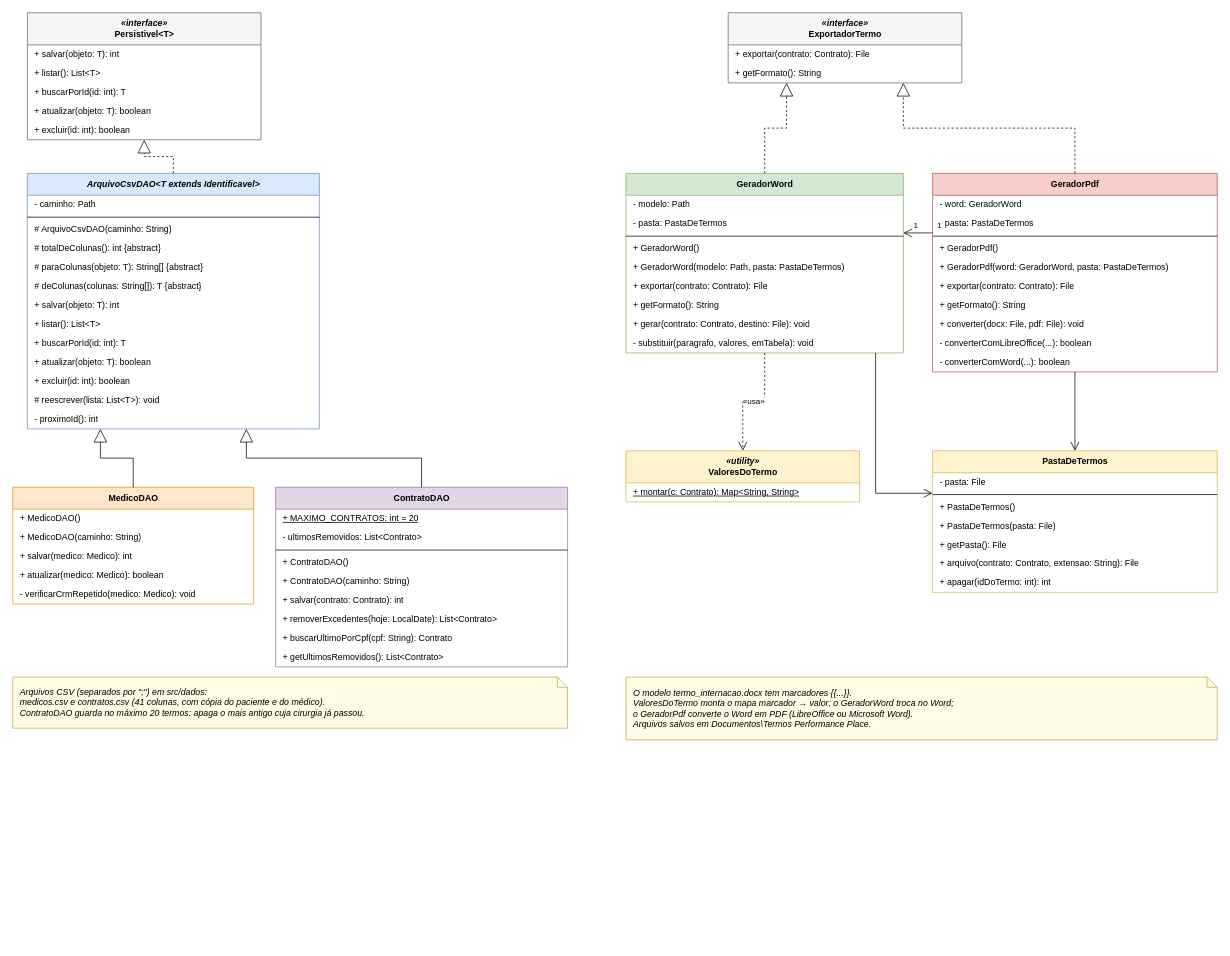
The draw.io diagram page "Persistência e Documentos" (2 of 3) of 2-Diagrama_UML/UML_Sistema_de_Termos.drawio in alexandrecostaarauj-coder/Senai_POO_SistemaDeTermos, before the edit. Source tidied: cells renumbered, new cells numbered last; positions are measured from the earlier drawing's top-left corner, leaving out a move shared by most shapes. Both pictures are drawn from the tidied source at 73%, with x=0, y=0 at pixel (12, 12).
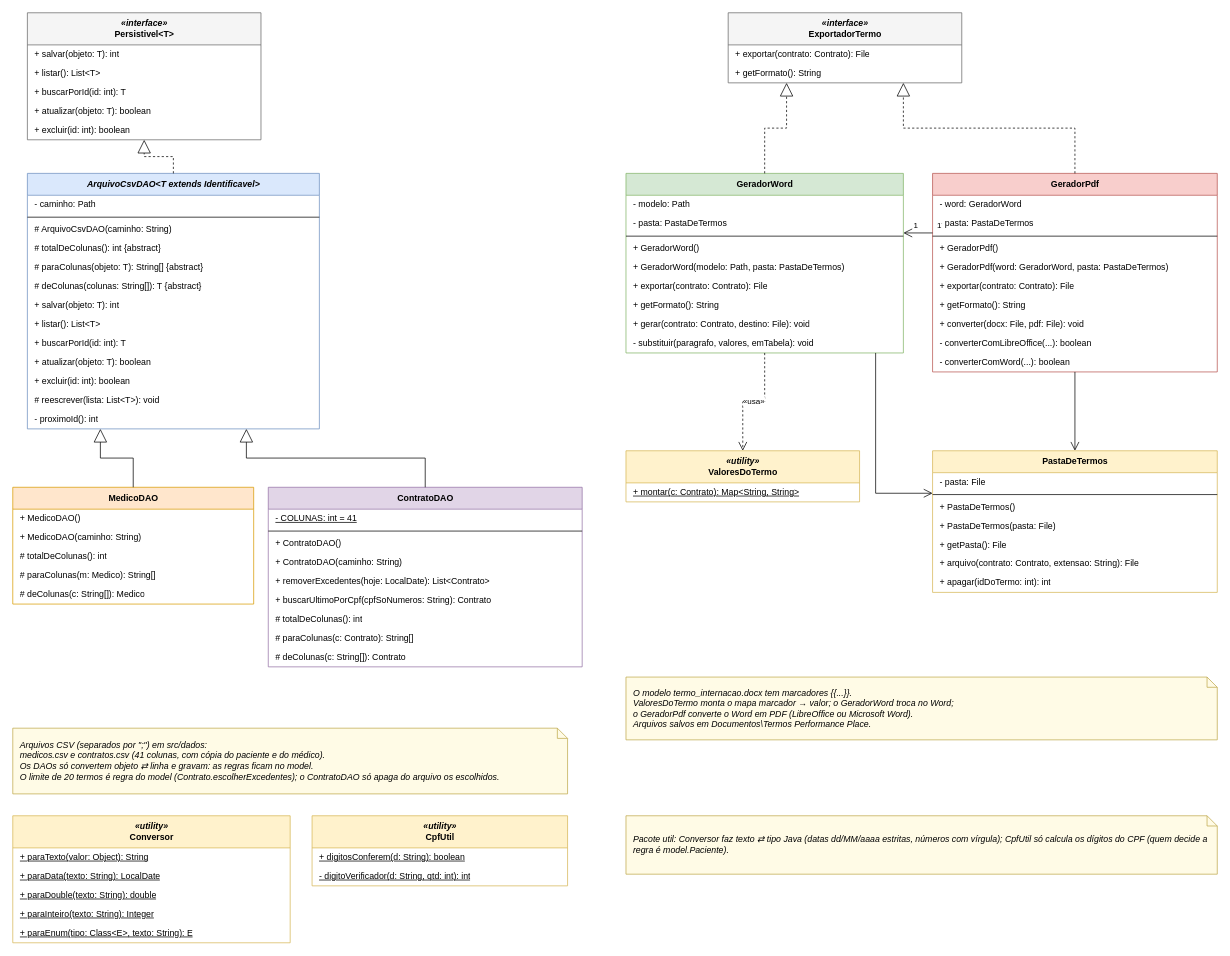
The same page after the edit.

The change refers to these unchanged cells:
```xml
<mxCell id="22" value="MedicoDAO" style="swimlane;html=1;horizontal=1;startSize=30;swimlaneFillColor=#ffffff;fillColor=#ffe6cc;strokeColor=#d79b00;fontStyle=1;" parent="1" vertex="1">
  <mxGeometry y="650" width="330" height="160" as="geometry" />
</mxCell>
```

What changed in the source:
```diff
@@
-    <mxCell id="25" value="+ salvar(medico: Medico): int" style="text;html=1;strokeColor=none;fillColor=none;align=left;verticalAlign=middle;spacingLeft=8;spacingRight=4;overflow=hidden;" parent="22" vertex="1">
-      <mxGeometry y="82" width="330" height="26" as="geometry" />
-    </mxCell>
-    <mxCell id="26" value="+ atualizar(medico: Medico): boolean" style="text;html=1;strokeColor=none;fillColor=none;align=left;verticalAlign=middle;spacingLeft=8;spacingRight=4;overflow=hidden;" parent="22" vertex="1">
-      <mxGeometry y="108" width="330" height="26" as="geometry" />
-    </mxCell>
-    <mxCell id="27" value="- verificarCrmRepetido(medico: Medico): void" style="text;html=1;strokeColor=none;fillColor=none;align=left;verticalAlign=middle;spacingLeft=8;spacingRight=4;overflow=hidden;" parent="22" vertex="1">
-      <mxGeometry y="134" width="330" height="26" as="geometry" />
-    </mxCell>
+    <mxCell id="85" value="# totalDeColunas(): int" style="text;html=1;strokeColor=none;fillColor=none;align=left;verticalAlign=middle;spacingLeft=8;spacingRight=4;overflow=hidden;" parent="22" vertex="1">
+      <mxGeometry y="82" width="330" height="26" as="geometry" />
+    </mxCell>
+    <mxCell id="86" value="# paraColunas(m: Medico): String[]" style="text;html=1;strokeColor=none;fillColor=none;align=left;verticalAlign=middle;spacingLeft=8;spacingRight=4;overflow=hidden;" parent="22" vertex="1">
+      <mxGeometry y="108" width="330" height="26" as="geometry" />
+    </mxCell>
+    <mxCell id="87" value="# deColunas(c: String[]): Medico" style="text;html=1;strokeColor=none;fillColor=none;align=left;verticalAlign=middle;spacingLeft=8;spacingRight=4;overflow=hidden;" parent="22" vertex="1">
+      <mxGeometry y="134" width="330" height="26" as="geometry" />
+    </mxCell>
     <mxCell id="28" value="ContratoDAO" style="swimlane;html=1;horizontal=1;startSize=30;swimlaneFillColor=#ffffff;fillColor=#e1d5e7;strokeColor=#9673a6;fontStyle=1;" parent="1" vertex="1">
-      <mxGeometry x="360" y="650" width="400" height="246" as="geometry" />
+      <mxGeometry x="350" y="650" width="430" height="246" as="geometry" />
     </mxCell>
-    <mxCell id="29" value="&lt;u&gt;+ MAXIMO_CONTRATOS: int = 20&lt;/u&gt;" style="text;html=1;strokeColor=none;fillColor=none;align=left;verticalAlign=middle;spacingLeft=8;spacingRight=4;overflow=hidden;" parent="28" vertex="1">
-      <mxGeometry y="30" width="400" height="26" as="geometry" />
-    </mxCell>
-    <mxCell id="30" value="- ultimosRemovidos: List&amp;lt;Contrato&amp;gt;" style="text;html=1;strokeColor=none;fillColor=none;align=left;verticalAlign=middle;spacingLeft=8;spacingRight=4;overflow=hidden;" parent="28" vertex="1">
-      <mxGeometry y="56" width="400" height="26" as="geometry" />
-    </mxCell>
-    <mxCell id="31" style="line;strokeWidth=1;fillColor=none;align=left;verticalAlign=middle;spacingTop=-1;spacingLeft=3;spacingRight=3;rounded=0;" parent="28" vertex="1">
-      <mxGeometry y="82" width="400" height="8" as="geometry" />
-    </mxCell>
+    <mxCell id="88" value="&lt;u&gt;- COLUNAS: int = 41&lt;/u&gt;" style="text;html=1;strokeColor=none;fillColor=none;align=left;verticalAlign=middle;spacingLeft=8;spacingRight=4;overflow=hidden;" parent="28" vertex="1">
+      <mxGeometry y="30" width="430" height="26" as="geometry" />
+    </mxCell>
+    <mxCell id="89" style="line;strokeWidth=1;fillColor=none;align=left;verticalAlign=middle;spacingTop=-1;spacingLeft=3;spacingRight=3;rounded=0;" parent="28" vertex="1">
+      <mxGeometry y="56" width="430" height="8" as="geometry" />
+    </mxCell>
     <mxCell id="32" value="+ ContratoDAO()" style="text;html=1;strokeColor=none;fillColor=none;align=left;verticalAlign=middle;spacingLeft=8;spacingRight=4;overflow=hidden;" parent="28" vertex="1">
-      <mxGeometry y="90" width="400" height="26" as="geometry" />
+      <mxGeometry y="64" width="430" height="26" as="geometry" />
     </mxCell>
     <mxCell id="33" value="+ ContratoDAO(caminho: String)" style="text;html=1;strokeColor=none;fillColor=none;align=left;verticalAlign=middle;spacingLeft=8;spacingRight=4;overflow=hidden;" parent="28" vertex="1">
-      <mxGeometry y="116" width="400" height="26" as="geometry" />
+      <mxGeometry y="90" width="430" height="26" as="geometry" />
     </mxCell>
-    <mxCell id="34" value="+ salvar(contrato: Contrato): int" style="text;html=1;strokeColor=none;fillColor=none;align=left;verticalAlign=middle;spacingLeft=8;spacingRight=4;overflow=hidden;" parent="28" vertex="1">
-      <mxGeometry y="142" width="400" height="26" as="geometry" />
-    </mxCell>
     <mxCell id="35" value="+ removerExcedentes(hoje: LocalDate): List&amp;lt;Contrato&amp;gt;" style="text;html=1;strokeColor=none;fillColor=none;align=left;verticalAlign=middle;spacingLeft=8;spacingRight=4;overflow=hidden;" parent="28" vertex="1">
-      <mxGeometry y="168" width="400" height="26" as="geometry" />
+      <mxGeometry y="116" width="430" height="26" as="geometry" />
     </mxCell>
-    <mxCell id="36" value="+ buscarUltimoPorCpf(cpf: String): Contrato" style="text;html=1;strokeColor=none;fillColor=none;align=left;verticalAlign=middle;spacingLeft=8;spacingRight=4;overflow=hidden;" parent="28" vertex="1">
-      <mxGeometry y="194" width="400" height="26" as="geometry" />
-    </mxCell>
-    <mxCell id="37" value="+ getUltimosRemovidos(): List&amp;lt;Contrato&amp;gt;" style="text;html=1;strokeColor=none;fillColor=none;align=left;verticalAlign=middle;spacingLeft=8;spacingRight=4;overflow=hidden;" parent="28" vertex="1">
-      <mxGeometry y="220" width="400" height="26" as="geometry" />
-    </mxCell>
+    <mxCell id="90" value="+ buscarUltimoPorCpf(cpfSoNumeros: String): Contrato" style="text;html=1;strokeColor=none;fillColor=none;align=left;verticalAlign=middle;spacingLeft=8;spacingRight=4;overflow=hidden;" parent="28" vertex="1">
+      <mxGeometry y="142" width="430" height="26" as="geometry" />
+    </mxCell>
+    <mxCell id="91" value="# totalDeColunas(): int" style="text;html=1;strokeColor=none;fillColor=none;align=left;verticalAlign=middle;spacingLeft=8;spacingRight=4;overflow=hidden;" parent="28" vertex="1">
+      <mxGeometry y="168" width="430" height="26" as="geometry" />
+    </mxCell>
+    <mxCell id="92" value="# paraColunas(c: Contrato): String[]" style="text;html=1;strokeColor=none;fillColor=none;align=left;verticalAlign=middle;spacingLeft=8;spacingRight=4;overflow=hidden;" parent="28" vertex="1">
+      <mxGeometry y="194" width="430" height="26" as="geometry" />
+    </mxCell>
+    <mxCell id="93" value="# deColunas(c: String[]): Contrato" style="text;html=1;strokeColor=none;fillColor=none;align=left;verticalAlign=middle;spacingLeft=8;spacingRight=4;overflow=hidden;" parent="28" vertex="1">
+      <mxGeometry y="220" width="430" height="26" as="geometry" />
+    </mxCell>
-    <mxCell id="38" value="Arquivos CSV (separados por &amp;quot;;&amp;quot;) em src/dados:&lt;br&gt;medicos.csv e contratos.csv (41 colunas, com cópia do paciente e do médico).&lt;br&gt;ContratoDAO guarda no máximo 20 termos: apaga o mais antigo cuja cirurgia já passou." style="shape=note;whiteSpace=wrap;html=1;size=14;align=left;spacingLeft=8;fillColor=#fffbe6;strokeColor=#bfa94c;fontStyle=2;" parent="1" vertex="1">
-      <mxGeometry y="910" width="760" height="70" as="geometry" />
+    <mxCell id="38" value="Arquivos CSV (separados por &quot;;&quot;) em src/dados:&lt;br&gt;medicos.csv e contratos.csv (41 colunas, com cópia do paciente e do médico).&lt;br&gt;Os DAOs só convertem objeto ⇄ linha e gravam: as regras ficam no model.&lt;br&gt;O limite de 20 termos é regra do model (Contrato.escolherExcedentes); o ContratoDAO só apaga do arquivo os escolhidos." style="shape=note;whiteSpace=wrap;html=1;size=14;align=left;spacingLeft=8;fillColor=#fffbe6;strokeColor=#bfa94c;fontStyle=2;" parent="1" vertex="1">
+      <mxGeometry y="980" width="760" height="90" as="geometry" />
     </mxCell>
@@
+    <mxCell id="94" value="&lt;i&gt;«utility»&lt;/i&gt;&lt;br&gt;&lt;b&gt;Conversor&lt;/b&gt;" style="swimlane;html=1;horizontal=1;startSize=44;swimlaneFillColor=#ffffff;fillColor=#fff2cc;strokeColor=#d6b656;" parent="1" vertex="1">
+      <mxGeometry y="1100" width="380" height="174" as="geometry" />
+    </mxCell>
+    <mxCell id="95" value="&lt;u&gt;+ paraTexto(valor: Object): String&lt;/u&gt;" style="text;html=1;strokeColor=none;fillColor=none;align=left;verticalAlign=middle;spacingLeft=8;spacingRight=4;overflow=hidden;" parent="94" vertex="1">
+      <mxGeometry y="44" width="380" height="26" as="geometry" />
+    </mxCell>
+    <mxCell id="96" value="&lt;u&gt;+ paraData(texto: String): LocalDate&lt;/u&gt;" style="text;html=1;strokeColor=none;fillColor=none;align=left;verticalAlign=middle;spacingLeft=8;spacingRight=4;overflow=hidden;" parent="94" vertex="1">
+      <mxGeometry y="70" width="380" height="26" as="geometry" />
+    </mxCell>
+    <mxCell id="97" value="&lt;u&gt;+ paraDouble(texto: String): double&lt;/u&gt;" style="text;html=1;strokeColor=none;fillColor=none;align=left;verticalAlign=middle;spacingLeft=8;spacingRight=4;overflow=hidden;" parent="94" vertex="1">
+      <mxGeometry y="96" width="380" height="26" as="geometry" />
+    </mxCell>
+    <mxCell id="98" value="&lt;u&gt;+ paraInteiro(texto: String): Integer&lt;/u&gt;" style="text;html=1;strokeColor=none;fillColor=none;align=left;verticalAlign=middle;spacingLeft=8;spacingRight=4;overflow=hidden;" parent="94" vertex="1">
+      <mxGeometry y="122" width="380" height="26" as="geometry" />
+    </mxCell>
+    <mxCell id="99" value="&lt;u&gt;+ paraEnum(tipo: Class&amp;lt;E&amp;gt;, texto: String): E&lt;/u&gt;" style="text;html=1;strokeColor=none;fillColor=none;align=left;verticalAlign=middle;spacingLeft=8;spacingRight=4;overflow=hidden;" parent="94" vertex="1">
+      <mxGeometry y="148" width="380" height="26" as="geometry" />
+    </mxCell>
+    <mxCell id="100" value="&lt;i&gt;«utility»&lt;/i&gt;&lt;br&gt;&lt;b&gt;CpfUtil&lt;/b&gt;" style="swimlane;html=1;horizontal=1;startSize=44;swimlaneFillColor=#ffffff;fillColor=#fff2cc;strokeColor=#d6b656;" parent="1" vertex="1">
+      <mxGeometry x="410" y="1100" width="350" height="96" as="geometry" />
+    </mxCell>
+    <mxCell id="101" value="&lt;u&gt;+ digitosConferem(d: String): boolean&lt;/u&gt;" style="text;html=1;strokeColor=none;fillColor=none;align=left;verticalAlign=middle;spacingLeft=8;spacingRight=4;overflow=hidden;" parent="100" vertex="1">
+      <mxGeometry y="44" width="350" height="26" as="geometry" />
+    </mxCell>
+    <mxCell id="102" value="&lt;u&gt;- digitoVerificador(d: String, qtd: int): int&lt;/u&gt;" style="text;html=1;strokeColor=none;fillColor=none;align=left;verticalAlign=middle;spacingLeft=8;spacingRight=4;overflow=hidden;" parent="100" vertex="1">
+      <mxGeometry y="70" width="350" height="26" as="geometry" />
+    </mxCell>
+    <mxCell id="103" value="Pacote util: Conversor faz texto ⇄ tipo Java (datas dd/MM/aaaa estritas, números com vírgula); CpfUtil só calcula os dígitos do CPF (quem decide a regra é model.Paciente)." style="shape=note;whiteSpace=wrap;html=1;size=14;align=left;spacingLeft=8;fillColor=#fffbe6;strokeColor=#bfa94c;fontStyle=2;" parent="1" vertex="1">
+      <mxGeometry x="840" y="1100" width="810" height="80" as="geometry" />
+    </mxCell>
```
